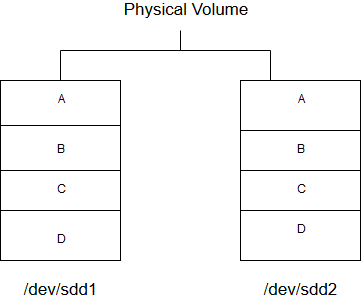
Before: Linux/LVM/img/LV_14.png, a diagram exported from draw.io (nthung98/Tong_Hop_Note). Source tidied: cells renumbered, new cells last; positions are measured from the earlier drawing's top-left corner, leaving out a move shared by most shapes.
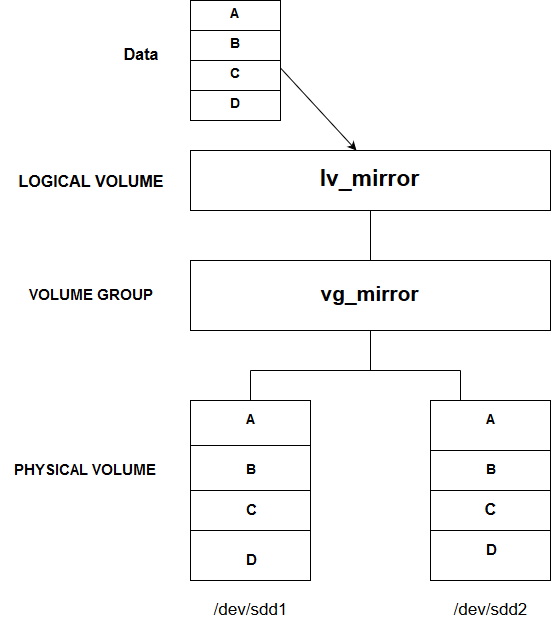
The same file after the commit.

Diff of the diagram source:
```diff
@@ -8,8 +8,8 @@
     <mxCell id="3" style="rounded=0;whiteSpace=wrap;html=1;" parent="1" vertex="1">
       <mxGeometry x="240" y="80" width="120" height="180" as="geometry" />
     </mxCell>
-    <mxCell id="4" value="&lt;font style=&quot;font-size: 17px&quot;&gt;Physical Volume&lt;/font&gt;" style="text;html=1;strokeColor=none;fillColor=none;align=center;verticalAlign=middle;whiteSpace=wrap;rounded=0;" parent="1" vertex="1">
-      <mxGeometry x="100" width="170" height="20" as="geometry" />
+    <mxCell id="4" value="&lt;font style=&quot;font-size: 15px&quot;&gt;&lt;b&gt;PHYSICAL VOLUME&lt;br&gt;&lt;/b&gt;&lt;/font&gt;" style="text;html=1;strokeColor=none;fillColor=none;align=center;verticalAlign=middle;whiteSpace=wrap;rounded=0;" parent="1" vertex="1">
+      <mxGeometry x="-190" y="140" width="170" height="20" as="geometry" />
     </mxCell>
     <mxCell id="5" style="endArrow=none;html=1;entryX=1;entryY=0.25;entryDx=0;entryDy=0;exitX=0;exitY=0.25;exitDx=0;exitDy=0;" parent="1" edge="1" source="2" target="2">
       <mxGeometry relative="1" as="geometry" />
@@ -44,28 +44,28 @@
         <mxPoint x="360" y="210" as="targetPoint" />
       </mxGeometry>
     </mxCell>
-    <mxCell id="11" value="A" style="text;html=1;strokeColor=none;fillColor=none;align=center;verticalAlign=middle;whiteSpace=wrap;rounded=0;" parent="1" vertex="1">
+    <mxCell id="11" value="&lt;font style=&quot;font-size: 14px&quot;&gt;&lt;b&gt;A&lt;/b&gt;&lt;/font&gt;" style="text;html=1;strokeColor=none;fillColor=none;align=center;verticalAlign=middle;whiteSpace=wrap;rounded=0;" parent="1" vertex="1">
       <mxGeometry x="40" y="90" width="40" height="20" as="geometry" />
     </mxCell>
-    <mxCell id="12" value="B" style="text;html=1;strokeColor=none;fillColor=none;align=center;verticalAlign=middle;whiteSpace=wrap;rounded=0;" parent="1" vertex="1">
+    <mxCell id="12" value="&lt;font style=&quot;font-size: 14px&quot;&gt;&lt;b&gt;B&lt;/b&gt;&lt;/font&gt;" style="text;html=1;strokeColor=none;fillColor=none;align=center;verticalAlign=middle;whiteSpace=wrap;rounded=0;" parent="1" vertex="1">
       <mxGeometry x="40" y="140" width="40" height="20" as="geometry" />
     </mxCell>
-    <mxCell id="13" value="C" style="text;html=1;strokeColor=none;fillColor=none;align=center;verticalAlign=middle;whiteSpace=wrap;rounded=0;" parent="1" vertex="1">
+    <mxCell id="13" value="&lt;b&gt;&lt;font style=&quot;font-size: 16px&quot;&gt;C&lt;/font&gt;&lt;/b&gt;" style="text;html=1;strokeColor=none;fillColor=none;align=center;verticalAlign=middle;whiteSpace=wrap;rounded=0;" parent="1" vertex="1">
       <mxGeometry x="280" y="180" width="40" height="20" as="geometry" />
     </mxCell>
-    <mxCell id="14" value="D" style="text;html=1;strokeColor=none;fillColor=none;align=center;verticalAlign=middle;whiteSpace=wrap;rounded=0;" parent="1" vertex="1">
+    <mxCell id="14" value="&lt;font style=&quot;font-size: 15px&quot;&gt;&lt;b&gt;D&lt;/b&gt;&lt;/font&gt;" style="text;html=1;strokeColor=none;fillColor=none;align=center;verticalAlign=middle;whiteSpace=wrap;rounded=0;" parent="1" vertex="1">
       <mxGeometry x="40" y="230" width="40" height="20" as="geometry" />
     </mxCell>
-    <mxCell id="15" value="A" style="text;html=1;strokeColor=none;fillColor=none;align=center;verticalAlign=middle;whiteSpace=wrap;rounded=0;" parent="1" vertex="1">
+    <mxCell id="15" value="&lt;font style=&quot;font-size: 14px&quot;&gt;&lt;b&gt;A&lt;/b&gt;&lt;/font&gt;" style="text;html=1;strokeColor=none;fillColor=none;align=center;verticalAlign=middle;whiteSpace=wrap;rounded=0;" parent="1" vertex="1">
       <mxGeometry x="280" y="90" width="40" height="20" as="geometry" />
     </mxCell>
-    <mxCell id="16" value="B" style="text;html=1;strokeColor=none;fillColor=none;align=center;verticalAlign=middle;whiteSpace=wrap;rounded=0;" parent="1" vertex="1">
+    <mxCell id="16" value="&lt;b&gt;&lt;font style=&quot;font-size: 14px&quot;&gt;B&lt;/font&gt;&lt;/b&gt;" style="text;html=1;strokeColor=none;fillColor=none;align=center;verticalAlign=middle;whiteSpace=wrap;rounded=0;" parent="1" vertex="1">
       <mxGeometry x="280" y="140" width="40" height="20" as="geometry" />
     </mxCell>
-    <mxCell id="17" value="C" style="text;html=1;strokeColor=none;fillColor=none;align=center;verticalAlign=middle;whiteSpace=wrap;rounded=0;" parent="1" vertex="1">
+    <mxCell id="17" value="&lt;font style=&quot;font-size: 15px&quot;&gt;&lt;b&gt;C&lt;/b&gt;&lt;/font&gt;" style="text;html=1;strokeColor=none;fillColor=none;align=center;verticalAlign=middle;whiteSpace=wrap;rounded=0;" parent="1" vertex="1">
       <mxGeometry x="40" y="180" width="40" height="20" as="geometry" />
     </mxCell>
-    <mxCell id="18" value="D" style="text;html=1;strokeColor=none;fillColor=none;align=center;verticalAlign=middle;whiteSpace=wrap;rounded=0;" parent="1" vertex="1">
+    <mxCell id="18" value="&lt;b&gt;&lt;font style=&quot;font-size: 15px&quot;&gt;D&lt;/font&gt;&lt;/b&gt;" style="text;html=1;strokeColor=none;fillColor=none;align=center;verticalAlign=middle;whiteSpace=wrap;rounded=0;" parent="1" vertex="1">
       <mxGeometry x="280" y="220" width="40" height="20" as="geometry" />
     </mxCell>
     <mxCell id="19" value="&lt;font style=&quot;font-size: 17px&quot;&gt;/dev/sdd1&lt;/font&gt;" style="text;html=1;strokeColor=none;fillColor=none;align=center;verticalAlign=middle;whiteSpace=wrap;rounded=0;" parent="1" vertex="1">
@@ -90,11 +90,43 @@
         <mxPoint x="270" y="50" as="targetPoint" />
       </mxGeometry>
     </mxCell>
-    <mxCell id="24" style="endArrow=none;html=1;" parent="1" edge="1">
+    <mxCell id="24" style="endArrow=none;html=1;entryX=0.5;entryY=1;entryDx=0;entryDy=0;" parent="1" edge="1" target="25">
       <mxGeometry relative="1" as="geometry">
         <mxPoint x="180" y="50" as="sourcePoint" />
-        <mxPoint x="180" y="30" as="targetPoint" />
       </mxGeometry>
     </mxCell>
+    <mxCell id="25" value="&lt;b&gt;&lt;font style=&quot;font-size: 21px&quot;&gt;vg_mirror&lt;/font&gt;&lt;/b&gt;" style="rounded=0;whiteSpace=wrap;html=1;" parent="1" vertex="1">
+      <mxGeometry y="-60" width="360" height="70" as="geometry" />
+    </mxCell>
+    <mxCell id="26" value="&lt;b&gt;&lt;font style=&quot;font-size: 23px&quot;&gt;lv_mirror&lt;/font&gt;&lt;/b&gt;" style="rounded=0;whiteSpace=wrap;html=1;" parent="1" vertex="1">
+      <mxGeometry y="-170" width="360" height="60" as="geometry" />
+    </mxCell>
+    <mxCell id="27" style="endArrow=none;html=1;entryX=0.5;entryY=1;entryDx=0;entryDy=0;exitX=0.5;exitY=0;exitDx=0;exitDy=0;" parent="1" edge="1" source="25" target="26">
+      <mxGeometry relative="1" as="geometry" />
+    </mxCell>
+    <mxCell id="28" value="&lt;b&gt;&lt;font style=&quot;font-size: 15px&quot;&gt;VOLUME GROUP&lt;/font&gt;&lt;/b&gt;" style="text;html=1;strokeColor=none;fillColor=none;align=center;verticalAlign=middle;whiteSpace=wrap;rounded=0;" parent="1" vertex="1">
+      <mxGeometry x="-170" y="-37.5" width="140" height="25" as="geometry" />
+    </mxCell>
+    <mxCell id="29" value="&lt;font style=&quot;font-size: 16px&quot;&gt;&lt;b&gt;&lt;font style=&quot;font-size: 16px&quot;&gt;LOGICAL VOLUME&lt;/font&gt;&lt;br&gt;&lt;/b&gt;&lt;/font&gt;" style="text;html=1;strokeColor=none;fillColor=none;align=center;verticalAlign=middle;whiteSpace=wrap;rounded=0;" parent="1" vertex="1">
+      <mxGeometry x="-180" y="-150" width="160" height="25" as="geometry" />
+    </mxCell>
+    <mxCell id="30" value="&lt;b&gt;&lt;font style=&quot;font-size: 16px&quot;&gt;Data&lt;/font&gt;&lt;/b&gt;" style="text;html=1;strokeColor=none;fillColor=none;align=center;verticalAlign=middle;whiteSpace=wrap;rounded=0;" parent="1" vertex="1">
+      <mxGeometry x="-70" y="-280" width="40" height="30" as="geometry" />
+    </mxCell>
+    <mxCell id="31" style="endArrow=classic;html=1;exitX=1;exitY=0.25;exitDx=0;exitDy=0;entryX=0.461;entryY=0;entryDx=0;entryDy=0;entryPerimeter=0;" parent="1" edge="1" source="34" target="26">
+      <mxGeometry relative="1" as="geometry" />
+    </mxCell>
+    <mxCell id="32" value="&lt;b&gt;&lt;font style=&quot;font-size: 14px&quot;&gt;A&lt;/font&gt;&lt;/b&gt;" style="rounded=0;whiteSpace=wrap;html=1;" parent="1" vertex="1">
+      <mxGeometry y="-320" width="90" height="30" as="geometry" />
+    </mxCell>
+    <mxCell id="33" value="&lt;font style=&quot;font-size: 14px&quot;&gt;&lt;b&gt;B&lt;/b&gt;&lt;/font&gt;" style="rounded=0;whiteSpace=wrap;html=1;" parent="1" vertex="1">
+      <mxGeometry y="-290" width="90" height="30" as="geometry" />
+    </mxCell>
+    <mxCell id="34" value="&lt;font style=&quot;font-size: 14px&quot;&gt;&lt;b&gt;C&lt;/b&gt;&lt;/font&gt;" style="rounded=0;whiteSpace=wrap;html=1;" parent="1" vertex="1">
+      <mxGeometry y="-260" width="90" height="30" as="geometry" />
+    </mxCell>
+    <mxCell id="35" value="&lt;font style=&quot;font-size: 14px&quot;&gt;&lt;b&gt;D&lt;/b&gt;&lt;/font&gt;" style="rounded=0;whiteSpace=wrap;html=1;" parent="1" vertex="1">
+      <mxGeometry y="-230" width="90" height="30" as="geometry" />
+    </mxCell>
   </root>
 </mxGraphModel>
```
